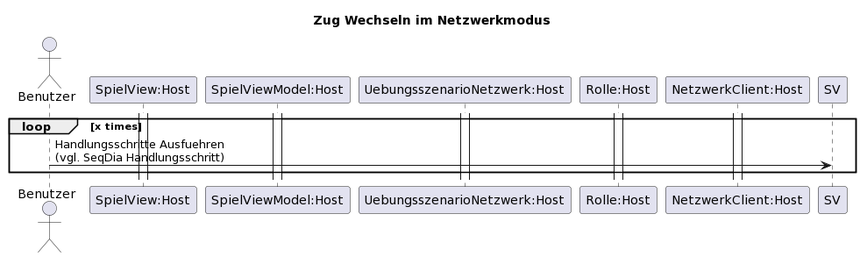
Before: 02_Entwurf/Sequenzdiagramme/SequenzdiagrammZugWechselHost.png, a diagram exported from PlantUML (Jonas-Ha/quakrypto). The source it was exported from:
```plantuml
@startuml
title Zug Wechseln im Netzwerkmodus

actor Benutzer

participant "SpielView:Host" as SVH
participant "SpielViewModel:Host" as SVMH
participant "UebungsszenarioNetzwerk:Host" as UH
participant "Rolle:Host" as RH
participant "NetzwerkClient:Host" as NH
activate SVH
activate SVMH
activate UH
activate NH
activate RH

loop x times
    Benutzer -> SV: Handlungsschritte Ausfuehren \n(vgl. SeqDia Handlungsschritt)
end
@enduml
```
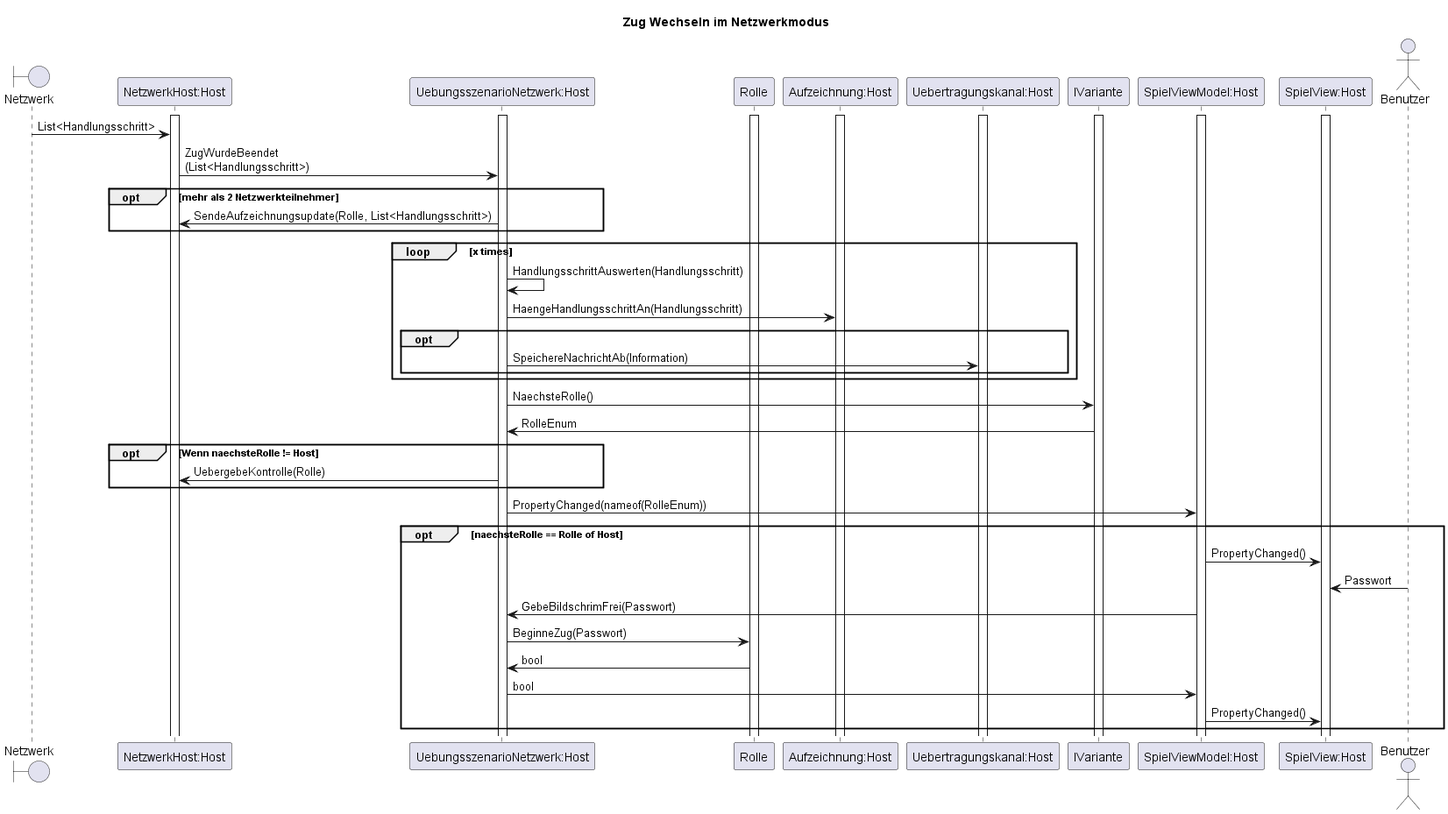
The same diagram one commit later.

Diff of the diagram source:
```diff
@@ -1,20 +1,63 @@
-@startuml
+@startuml SequenzdiagrammZugWechselHost
 title Zug Wechseln im Netzwerkmodus
+
+boundary Netzwerk
+
+participant "NetzwerkHost:Host" as NH
+participant "UebungsszenarioNetzwerk:Host" as UH
+participant "Rolle" as R
+participant "Aufzeichnung:Host" as AH
+participant "Uebertragungskanal:Host" as UBH
+participant "IVariante" as IV
+participant "SpielViewModel:Host" as SVMH
+participant "SpielView:Host" as SVH
+
 
 actor Benutzer
 
-participant "SpielView:Host" as SVH
-participant "SpielViewModel:Host" as SVMH
-participant "UebungsszenarioNetzwerk:Host" as UH
-participant "Rolle:Host" as RH
-participant "NetzwerkClient:Host" as NH
+activate AH
+activate UBH
+activate NH
+activate UH
+activate SVMH
 activate SVH
-activate SVMH
-activate UH
-activate NH
-activate RH
+activate IV
+activate R
 
+
+Netzwerk -> NH : List<Handlungsschritt>
+NH -> UH : ZugWurdeBeendet\n(List<Handlungsschritt>)
+opt mehr als 2 Netzwerkteilnehmer
+    UH -> NH : SendeAufzeichnungsupdate(Rolle, List<Handlungsschritt>)
+end
 loop x times
-    Benutzer -> SV: Handlungsschritte Ausfuehren \n(vgl. SeqDia Handlungsschritt)
+    UH -> UH : HandlungsschrittAuswerten(Handlungsschritt)
+    UH -> AH : HaengeHandlungsschrittAn(Handlungsschritt)
+    opt
+        UH -> UBH : SpeichereNachrichtAb(Information)
+    end
 end
+UH -> IV : NaechsteRolle()
+IV -> UH : RolleEnum
+opt Wenn naechsteRolle != Host
+    UH -> NH : UebergebeKontrolle(Rolle)
+end
+UH -> SVMH : PropertyChanged(nameof(RolleEnum))
+opt naechsteRolle == Rolle of Host
+SVMH -> SVH : PropertyChanged()
+Benutzer -> SVH : Passwort
+SVMH -> UH : GebeBildschrimFrei(Passwort)
+UH -> R : BeginneZug(Passwort)
+R -> UH : bool
+UH -> SVMH : bool
+SVMH -> SVH : PropertyChanged()
+end
+
+
+
+
+
+
+
+
 @enduml
```
